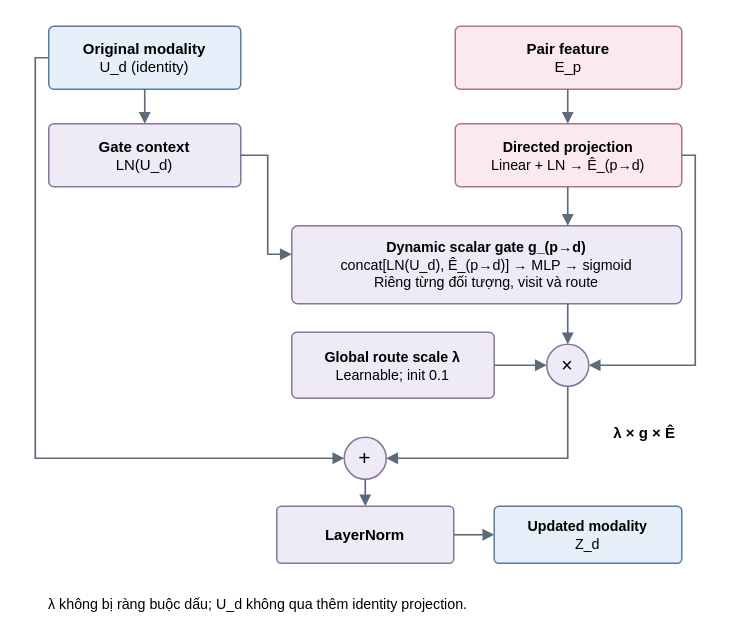
Earlier version of the draw.io diagram figures_source/gated-residual-route.drawio (moimoi05/kltn). Source tidied: cells renumbered, new cells numbered last; positions are measured from the earlier drawing's top-left corner, leaving out a move shared by most shapes. Both pictures are drawn from the tidied source at 150%, with x=0, y=0 at pixel (34, 26).
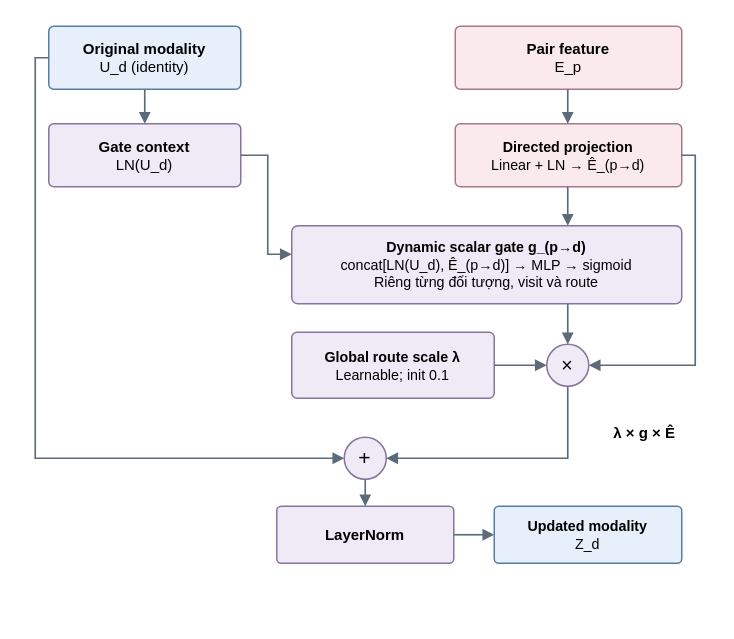
Above is the later version.

What changed in the source:
```diff
@@
-    <mxCell id="24" value="λ không bị ràng buộc dấu; U_d không qua thêm identity projection." style="html=1;fontFamily=Arial;fontColor=#000000;whiteSpace=wrap;text;strokeColor=none;fillColor=none;fontSize=9.5;fontStyle=0;align=left;verticalAlign=top;spacing=0;" parent="1" vertex="1">
-      <mxGeometry x="9" y="375" width="281.4" height="11.8" as="geometry" />
-    </mxCell>
```
